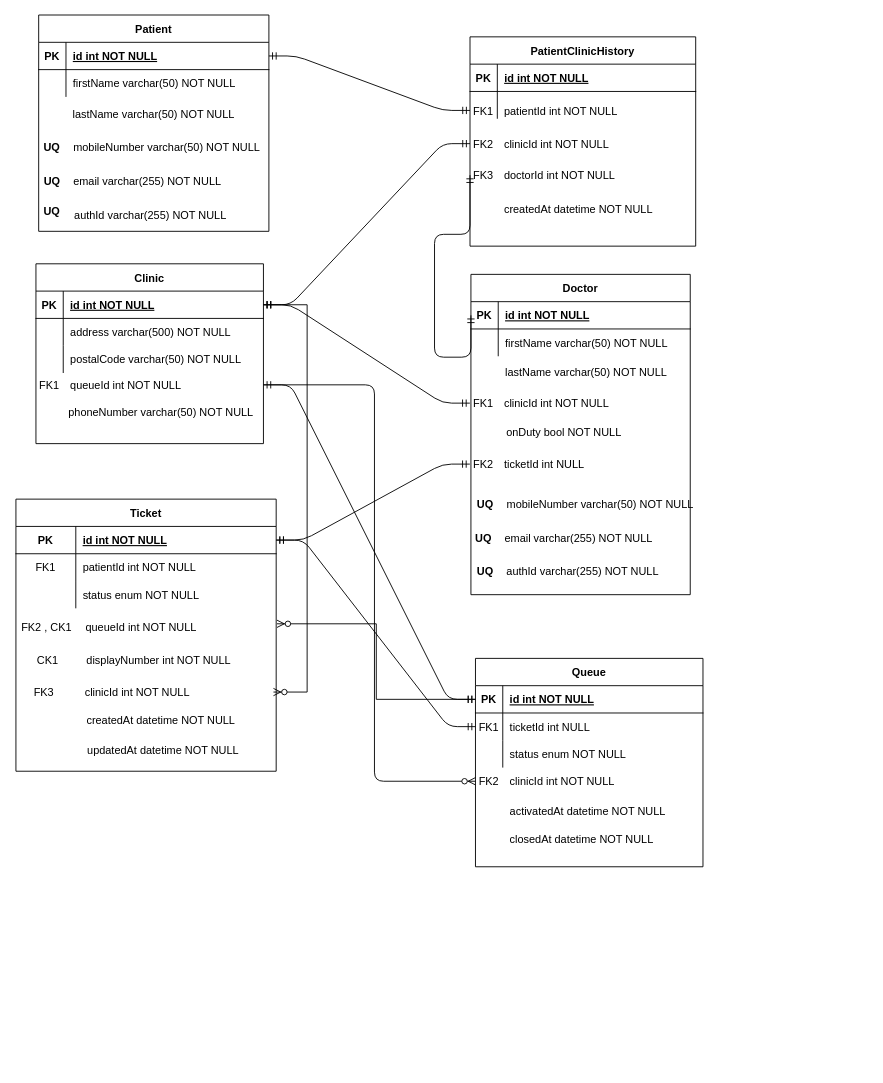
Before: models.drawio in weewey/telemed-backend, a draw.io diagram. Source tidied: cells renumbered, new cells numbered last; positions are measured from the earlier drawing's top-left corner, leaving out a move shared by most shapes. Both pictures are drawn from the tidied source at 91%, with x=0, y=0 at pixel (15, 15).
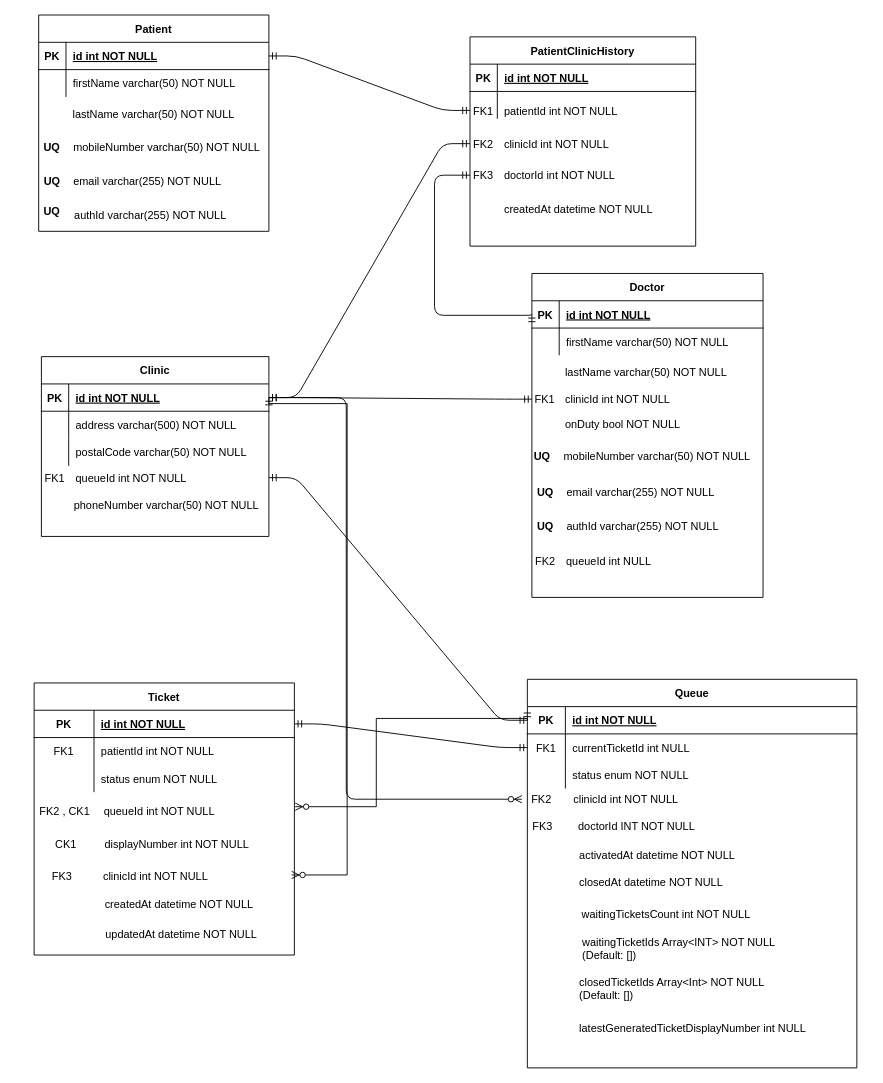
The same diagram, later.

Unchanged cells that the change refers to:
```xml
<mxCell id="32" style="shape=partialRectangle;fillColor=none;points=[[0,0.5],[1,0.5]];portConstraint=eastwest;top=0;left=0;right=0;bottom=1;" parent="31" vertex="1">
  <mxGeometry y="30" width="250" height="30" as="geometry" />
</mxCell>
<mxCell id="44" style="shape=partialRectangle;fillColor=none;points=[[0,0.5],[1,0.5]];portConstraint=eastwest;top=0;left=0;right=0;bottom=0;" parent="30" vertex="1">
  <mxGeometry x="2" y="117.4" width="250" height="31.2" as="geometry" />
</mxCell>
<mxCell id="62" style="shape=partialRectangle;fillColor=none;points=[[0,0.5],[1,0.5]];portConstraint=eastwest;top=0;left=0;right=0;bottom=0;" parent="48" vertex="1">
  <mxGeometry y="134" width="248" height="36" as="geometry" />
</mxCell>
<mxCell id="90" style="shape=partialRectangle;fillColor=none;points=[[0,0.5],[1,0.5]];portConstraint=eastwest;top=0;left=0;right=0;bottom=1;" parent="89" vertex="1">
  <mxGeometry y="30" width="286" height="30" as="geometry" />
</mxCell>
<mxCell id="102" style="shape=partialRectangle;fillColor=none;points=[[0,0.5],[1,0.5]];portConstraint=eastwest;top=0;left=0;right=0;bottom=0;" parent="88" vertex="1">
  <mxGeometry x="26.5" y="119" width="260.4" height="36" as="geometry" />
</mxCell>
<mxCell id="111" style="shape=partialRectangle;fillColor=none;points=[[0,0.5],[1,0.5]];portConstraint=eastwest;top=0;left=0;right=0;bottom=0;" parent="110" vertex="1">
  <mxGeometry width="277.7" height="30" as="geometry" />
</mxCell>
```

The edit, as a diff of the source:
```diff
@@
     <mxCell id="2" style="group;" parent="1" vertex="1">
-      <mxGeometry x="501" y="285" width="255" height="352" as="geometry" />
+      <mxGeometry x="568" y="284" width="255" height="417" as="geometry" />
     </mxCell>
     <mxCell id="3" value="Doctor" style="shape=table;startSize=30;childLayout=tableLayout;rowLines=0;fontStyle=1;align=center;" parent="2" vertex="1">
-      <mxGeometry width="241" height="352" as="geometry" />
+      <mxGeometry width="254" height="356" as="geometry" />
     </mxCell>
     <mxCell id="4" style="shape=partialRectangle;fillColor=none;points=[[0,0.5],[1,0.5]];portConstraint=eastwest;top=0;left=0;right=0;bottom=1;" parent="3" vertex="1">
-      <mxGeometry y="30" width="241" height="30" as="geometry" />
+      <mxGeometry y="30" width="254" height="30" as="geometry" />
     </mxCell>
@@
     <mxCell id="6" value="id int NOT NULL " style="shape=partialRectangle;overflow=hidden;fillColor=none;top=0;left=0;bottom=0;right=0;align=left;spacingLeft=6;fontStyle=5;" parent="4" vertex="1">
-      <mxGeometry x="30" width="211" height="30" as="geometry" />
+      <mxGeometry x="30" width="224" height="30" as="geometry" />
     </mxCell>
     <mxCell id="7" style="shape=partialRectangle;fillColor=none;top=0;left=0;right=0;bottom=0;" parent="3" vertex="1">
-      <mxGeometry y="60" width="241" height="30" as="geometry" />
+      <mxGeometry y="60" width="254" height="30" as="geometry" />
     </mxCell>
@@
     <mxCell id="9" value="firstName varchar(50) NOT NULL" style="shape=partialRectangle;overflow=hidden;fillColor=none;top=0;left=0;bottom=0;right=0;align=left;spacingLeft=6;" parent="7" vertex="1">
-      <mxGeometry x="30" width="211" height="30" as="geometry" />
+      <mxGeometry x="30" width="224" height="30" as="geometry" />
     </mxCell>
     <mxCell id="10" style="shape=partialRectangle;fillColor=none;top=0;left=0;right=0;bottom=0;" parent="2" vertex="1">
-      <mxGeometry y="188.1" width="250" height="50.8" as="geometry" />
+      <mxGeometry y="202.5" width="250" height="54.7" as="geometry" />
     </mxCell>
     <mxCell id="11" style="shape=partialRectangle;overflow=hidden;fillColor=none;top=0;left=0;bottom=0;right=0;" parent="10" vertex="1">
-      <mxGeometry width="30" height="50.8" as="geometry" />
+      <mxGeometry width="30" height="54.7" as="geometry" />
     </mxCell>
     <mxCell id="12" value="onDuty bool NOT NULL" style="shape=partialRectangle;overflow=hidden;fillColor=none;top=0;left=0;bottom=0;right=0;align=left;spacingLeft=6;" parent="2" vertex="1">
-      <mxGeometry x="31.2" y="156" width="220" height="35" as="geometry" />
+      <mxGeometry x="28.8" y="149" width="220" height="33" as="geometry" />
     </mxCell>
     <mxCell id="13" value="lastName varchar(50) NOT NULL" style="shape=partialRectangle;overflow=hidden;fillColor=none;top=0;left=0;bottom=0;right=0;align=left;spacingLeft=6;" parent="2" vertex="1">
-      <mxGeometry x="30" y="92" width="220" height="30" as="geometry" />
+      <mxGeometry x="28.8" y="92" width="210.2" height="32.3" as="geometry" />
     </mxCell>
+    <mxCell id="17" style="shape=partialRectangle;fillColor=none;points=[[0,0.5],[1,0.5]];portConstraint=eastwest;top=0;left=0;right=0;bottom=0;" parent="2" vertex="1">
+      <mxGeometry y="119.3" width="241" height="37.7" as="geometry" />
+    </mxCell>
+    <mxCell id="18" value="FK1" style="shape=partialRectangle;overflow=hidden;fillColor=none;top=0;left=0;bottom=0;right=0;" parent="17" vertex="1">
+      <mxGeometry width="28.9" height="37.7" as="geometry" />
+    </mxCell>
+    <mxCell id="19" value="clinicId int NOT NULL" style="shape=partialRectangle;overflow=hidden;fillColor=none;top=0;left=0;bottom=0;right=0;align=left;spacingLeft=6;" parent="17" vertex="1">
+      <mxGeometry x="28.9" width="212.1" height="37.7" as="geometry" />
+    </mxCell>
+    <mxCell id="23" style="group;" parent="2" vertex="1">
+      <mxGeometry x="-3.5" y="182" width="252.3" height="38" as="geometry" />
+    </mxCell>
+    <mxCell id="24" value="UQ" style="shape=partialRectangle;overflow=hidden;fillColor=none;top=0;left=0;bottom=0;right=0;fontStyle=1;" parent="23" vertex="1">
+      <mxGeometry y="3.7" width="30" height="30.5" as="geometry" />
+    </mxCell>
+    <mxCell id="25" value="mobileNumber varchar(50) NOT NULL" style="shape=partialRectangle;overflow=hidden;fillColor=none;top=0;left=0;bottom=0;right=0;align=left;spacingLeft=6;" parent="23" vertex="1">
+      <mxGeometry x="30.7" width="221.6" height="38" as="geometry" />
+    </mxCell>
     <mxCell id="14" style="group;" parent="2" vertex="1">
-      <mxGeometry x="-1" y="269" width="252" height="41.5" as="geometry" />
+      <mxGeometry y="220" width="252" height="40" as="geometry" />
     </mxCell>
     <mxCell id="15" value="UQ" style="shape=partialRectangle;overflow=hidden;fillColor=none;top=0;left=0;bottom=0;right=0;fontStyle=1;" parent="14" vertex="1">
-      <mxGeometry y="4.1" width="30" height="33.3" as="geometry" />
+      <mxGeometry y="3.9" width="30" height="32.1" as="geometry" />
     </mxCell>
     <mxCell id="16" value="email varchar(255) NOT NULL" style="shape=partialRectangle;overflow=hidden;fillColor=none;top=0;left=0;bottom=0;right=0;align=left;spacingLeft=6;" parent="14" vertex="1">
-      <mxGeometry x="30.4" width="221.6" height="41.5" as="geometry" />
+      <mxGeometry x="30.4" width="221.6" height="40" as="geometry" />
     </mxCell>
-    <mxCell id="17" style="shape=partialRectangle;fillColor=none;points=[[0,0.5],[1,0.5]];portConstraint=eastwest;top=0;left=0;right=0;bottom=0;" parent="2" vertex="1">
-      <mxGeometry x="-1.2" y="124" width="250" height="35" as="geometry" />
-    </mxCell>
-    <mxCell id="18" value="FK1" style="shape=partialRectangle;overflow=hidden;fillColor=none;top=0;left=0;bottom=0;right=0;" parent="17" vertex="1">
-      <mxGeometry width="30" height="35" as="geometry" />
-    </mxCell>
-    <mxCell id="19" value="clinicId int NOT NULL" style="shape=partialRectangle;overflow=hidden;fillColor=none;top=0;left=0;bottom=0;right=0;align=left;spacingLeft=6;" parent="17" vertex="1">
-      <mxGeometry x="30" width="220" height="35" as="geometry" />
-    </mxCell>
-    <mxCell id="20" style="shape=partialRectangle;fillColor=none;points=[[0,0.5],[1,0.5]];portConstraint=eastwest;top=0;left=0;right=0;bottom=0;" parent="2" vertex="1">
-      <mxGeometry x="-1.2" y="191" width="250" height="35" as="geometry" />
-    </mxCell>
-    <mxCell id="21" value="FK2" style="shape=partialRectangle;overflow=hidden;fillColor=none;top=0;left=0;bottom=0;right=0;" parent="20" vertex="1">
-      <mxGeometry width="30" height="35" as="geometry" />
-    </mxCell>
-    <mxCell id="22" value="ticketId int NULL" style="shape=partialRectangle;overflow=hidden;fillColor=none;top=0;left=0;bottom=0;right=0;align=left;spacingLeft=6;" parent="20" vertex="1">
-      <mxGeometry x="30" width="220" height="35" as="geometry" />
-    </mxCell>
-    <mxCell id="23" style="group;" parent="2" vertex="1">
-      <mxGeometry x="1" y="231" width="252.3" height="41.5" as="geometry" />
-    </mxCell>
-    <mxCell id="24" value="UQ" style="shape=partialRectangle;overflow=hidden;fillColor=none;top=0;left=0;bottom=0;right=0;fontStyle=1;" parent="23" vertex="1">
-      <mxGeometry y="4.1" width="30" height="33.3" as="geometry" />
-    </mxCell>
-    <mxCell id="25" value="mobileNumber varchar(50) NOT NULL" style="shape=partialRectangle;overflow=hidden;fillColor=none;top=0;left=0;bottom=0;right=0;align=left;spacingLeft=6;" parent="23" vertex="1">
-      <mxGeometry x="30.7" width="221.6" height="41.5" as="geometry" />
-    </mxCell>
     <mxCell id="26" style="group;" parent="2" vertex="1">
-      <mxGeometry x="1" y="305" width="252" height="41.5" as="geometry" />
+      <mxGeometry y="257.3" width="252" height="39.7" as="geometry" />
     </mxCell>
     <mxCell id="27" value="UQ" style="shape=partialRectangle;overflow=hidden;fillColor=none;top=0;left=0;bottom=0;right=0;fontStyle=1;" parent="26" vertex="1">
-      <mxGeometry y="4.1" width="30" height="33.3" as="geometry" />
+      <mxGeometry y="3.9" width="30" height="31.9" as="geometry" />
     </mxCell>
     <mxCell id="28" value="authId varchar(255) NOT NULL" style="shape=partialRectangle;overflow=hidden;fillColor=none;top=0;left=0;bottom=0;right=0;align=left;spacingLeft=6;" parent="26" vertex="1">
-      <mxGeometry x="30.4" width="221.6" height="41.5" as="geometry" />
+      <mxGeometry x="30.4" width="221.6" height="39.7" as="geometry" />
     </mxCell>
+    <mxCell id="140" style="shape=partialRectangle;fillColor=none;top=0;left=0;right=0;bottom=0;" parent="2" vertex="1">
+      <mxGeometry y="297" width="250" height="37.6" as="geometry" />
+    </mxCell>
+    <mxCell id="21" value="FK2" style="shape=partialRectangle;overflow=hidden;fillColor=none;top=0;left=0;bottom=0;right=0;" parent="140" vertex="1">
+      <mxGeometry width="30" height="37.6" as="geometry" />
+    </mxCell>
+    <mxCell id="141" value="queueId int NULL" style="shape=partialRectangle;overflow=hidden;fillColor=none;top=0;left=0;bottom=0;right=0;align=left;spacingLeft=6;" parent="140" vertex="1">
+      <mxGeometry x="30" width="220" height="37.6" as="geometry" />
+    </mxCell>
     <mxCell id="29" style="group;" parent="1" vertex="1">
-      <mxGeometry x="22" y="300" width="251" height="171" as="geometry" />
+      <mxGeometry x="28" y="402" width="251" height="171" as="geometry" />
     </mxCell>
@@
     <mxCell id="68" style="group;" parent="1" vertex="1">
-      <mxGeometry x="506" y="707" width="251.7" height="229" as="geometry" />
+      <mxGeometry x="563" y="730" width="374" height="427" as="geometry" />
     </mxCell>
     <mxCell id="69" value="Queue" style="shape=table;startSize=30;childLayout=tableLayout;rowLines=0;fontStyle=1;align=center;" parent="68" vertex="1">
-      <mxGeometry width="250" height="229" as="geometry" />
+      <mxGeometry width="362.1" height="427" as="geometry" />
     </mxCell>
     <mxCell id="70" style="shape=partialRectangle;fillColor=none;points=[[0,0.5],[1,0.5]];portConstraint=eastwest;top=0;left=0;right=0;bottom=1;" parent="69" vertex="1">
-      <mxGeometry y="30" width="250" height="30" as="geometry" />
+      <mxGeometry y="30" width="362.1" height="30" as="geometry" />
     </mxCell>
     <mxCell id="71" value="PK" style="shape=partialRectangle;overflow=hidden;fillColor=none;top=0;left=0;bottom=0;right=0;fontStyle=1;" parent="70" vertex="1">
-      <mxGeometry width="30" height="30" as="geometry" />
+      <mxGeometry width="41.8" height="30" as="geometry" />
     </mxCell>
     <mxCell id="72" value="id int NOT NULL " style="shape=partialRectangle;overflow=hidden;fillColor=none;top=0;left=0;bottom=0;right=0;align=left;spacingLeft=6;fontStyle=5;" parent="70" vertex="1">
-      <mxGeometry x="30" width="220" height="30" as="geometry" />
+      <mxGeometry x="41.8" width="320.4" height="30" as="geometry" />
     </mxCell>
     <mxCell id="73" style="shape=partialRectangle;fillColor=none;points=[[0,0.5],[1,0.5]];portConstraint=eastwest;top=0;left=0;right=0;bottom=0;" parent="69" vertex="1">
-      <mxGeometry y="60" width="250" height="30" as="geometry" />
+      <mxGeometry y="60" width="362.1" height="30" as="geometry" />
     </mxCell>
     <mxCell id="74" value="FK1" style="shape=partialRectangle;overflow=hidden;fillColor=none;top=0;left=0;bottom=0;right=0;" parent="73" vertex="1">
-      <mxGeometry width="30" height="30" as="geometry" />
+      <mxGeometry width="41.8" height="30" as="geometry" />
     </mxCell>
-    <mxCell id="75" value="ticketId int NULL" style="shape=partialRectangle;overflow=hidden;fillColor=none;top=0;left=0;bottom=0;right=0;align=left;spacingLeft=6;" parent="73" vertex="1">
-      <mxGeometry x="30" width="220" height="30" as="geometry" />
+    <mxCell id="75" value="currentTicketId int NULL" style="shape=partialRectangle;overflow=hidden;fillColor=none;top=0;left=0;bottom=0;right=0;align=left;spacingLeft=6;" parent="73" vertex="1">
+      <mxGeometry x="41.8" width="320.4" height="30" as="geometry" />
     </mxCell>
     <mxCell id="76" style="shape=partialRectangle;fillColor=none;top=0;left=0;right=0;bottom=0;" parent="69" vertex="1">
-      <mxGeometry y="90" width="250" height="30" as="geometry" />
+      <mxGeometry y="90" width="362.1" height="30" as="geometry" />
     </mxCell>
     <mxCell id="77" style="shape=partialRectangle;overflow=hidden;fillColor=none;top=0;left=0;bottom=0;right=0;" parent="76" vertex="1">
-      <mxGeometry width="30" height="30" as="geometry" />
+      <mxGeometry width="41.8" height="30" as="geometry" />
     </mxCell>
     <mxCell id="78" value="status enum NOT NULL" style="shape=partialRectangle;overflow=hidden;fillColor=none;top=0;left=0;bottom=0;right=0;align=left;spacingLeft=6;" parent="76" vertex="1">
-      <mxGeometry x="30" width="220" height="30" as="geometry" />
+      <mxGeometry x="41.8" width="320.4" height="30" as="geometry" />
     </mxCell>
+    <mxCell id="142" style="shape=partialRectangle;fillColor=none;top=0;left=0;right=0;bottom=0;" parent="68" vertex="1">
+      <mxGeometry x="11.9" y="194.2" width="362.1" height="44.8" as="geometry" />
+    </mxCell>
+    <mxCell id="143" style="group;" parent="68" vertex="1">
+      <mxGeometry x="-6" y="107" width="376.6" height="49.5" as="geometry" />
+    </mxCell>
-    <mxCell id="79" style="shape=partialRectangle;fillColor=none;points=[[0,0.5],[1,0.5]];portConstraint=eastwest;top=0;left=0;right=0;bottom=0;" parent="68" vertex="1">
-      <mxGeometry y="120" width="250" height="30" as="geometry" />
+    <mxCell id="79" style="shape=partialRectangle;fillColor=none;points=[[0,0.5],[1,0.5]];portConstraint=eastwest;top=0;left=0;right=0;bottom=0;" parent="143" vertex="1">
+      <mxGeometry width="362.1" height="49.5" as="geometry" />
     </mxCell>
     <mxCell id="80" value="FK2" style="shape=partialRectangle;overflow=hidden;fillColor=none;top=0;left=0;bottom=0;right=0;" parent="79" vertex="1">
-      <mxGeometry width="30" height="30" as="geometry" />
+      <mxGeometry width="43.5" height="49.5" as="geometry" />
     </mxCell>
-    <mxCell id="81" value="clinicId int NOT NULL" style="shape=partialRectangle;overflow=hidden;fillColor=none;top=0;left=0;bottom=0;right=0;align=left;spacingLeft=6;" parent="79" vertex="1">
-      <mxGeometry x="30" width="220" height="30" as="geometry" />
+    <mxCell id="81" value="clinicId int NOT NULL" style="shape=partialRectangle;overflow=hidden;fillColor=none;top=0;left=0;bottom=0;right=0;align=left;spacingLeft=6;" parent="143" vertex="1">
+      <mxGeometry x="49" width="318.7" height="49.5" as="geometry" />
     </mxCell>
+    <mxCell id="144" style="group;" parent="68" vertex="1">
+      <mxGeometry x="-3" y="139" width="361.7" height="44.8" as="geometry" />
+    </mxCell>
+    <mxCell id="145" value="doctorId INT NOT NULL" style="shape=partialRectangle;overflow=hidden;fillColor=none;top=0;left=0;bottom=0;right=0;align=left;spacingLeft=6;" parent="144" vertex="1">
+      <mxGeometry x="51.2" width="310.5" height="44.8" as="geometry" />
+    </mxCell>
+    <mxCell id="146" value="FK3" style="shape=partialRectangle;overflow=hidden;fillColor=none;top=0;left=0;bottom=0;right=0;" parent="144" vertex="1">
+      <mxGeometry width="39.8" height="44.8" as="geometry" />
+    </mxCell>
     <mxCell id="82" style="shape=partialRectangle;fillColor=none;top=0;left=0;right=0;bottom=0;" parent="68" vertex="1">
-      <mxGeometry y="153" width="250" height="30" as="geometry" />
+      <mxGeometry x="5.9" y="173" width="362.1" height="40" as="geometry" />
     </mxCell>
     <mxCell id="83" style="shape=partialRectangle;overflow=hidden;fillColor=none;top=0;left=0;bottom=0;right=0;" parent="82" vertex="1">
-      <mxGeometry width="30" height="30" as="geometry" />
+      <mxGeometry width="43.5" height="40" as="geometry" />
     </mxCell>
     <mxCell id="84" value="activatedAt datetime NOT NULL" style="shape=partialRectangle;overflow=hidden;fillColor=none;top=0;left=0;bottom=0;right=0;align=left;spacingLeft=6;" parent="82" vertex="1">
-      <mxGeometry x="30" width="220" height="30" as="geometry" />
+      <mxGeometry x="43.5" width="318.7" height="40" as="geometry" />
     </mxCell>
     <mxCell id="85" style="shape=partialRectangle;fillColor=none;top=0;left=0;right=0;bottom=0;" parent="68" vertex="1">
-      <mxGeometry y="183" width="250" height="30" as="geometry" />
+      <mxGeometry x="5.9" y="201" width="362.1" height="43.6" as="geometry" />
     </mxCell>
     <mxCell id="86" style="shape=partialRectangle;overflow=hidden;fillColor=none;top=0;left=0;bottom=0;right=0;" parent="85" vertex="1">
-      <mxGeometry width="30" height="30" as="geometry" />
+      <mxGeometry width="43.5" height="43.6" as="geometry" />
     </mxCell>
     <mxCell id="87" value="closedAt datetime NOT NULL" style="shape=partialRectangle;overflow=hidden;fillColor=none;top=0;left=0;bottom=0;right=0;align=left;spacingLeft=6;" parent="85" vertex="1">
-      <mxGeometry x="30" width="220" height="30" as="geometry" />
+      <mxGeometry x="43.5" width="318.7" height="43.6" as="geometry" />
     </mxCell>
+    <mxCell id="147" style="shape=partialRectangle;fillColor=none;top=0;left=0;right=0;bottom=0;" parent="68" vertex="1">
+      <mxGeometry x="8.5" y="236" width="362.1" height="43.6" as="geometry" />
+    </mxCell>
+    <mxCell id="148" style="shape=partialRectangle;overflow=hidden;fillColor=none;top=0;left=0;bottom=0;right=0;" parent="147" vertex="1">
+      <mxGeometry width="43.5" height="43.6" as="geometry" />
+    </mxCell>
+    <mxCell id="149" value="waitingTicketsCount int NOT NULL" style="shape=partialRectangle;overflow=hidden;fillColor=none;top=0;left=0;bottom=0;right=0;align=left;spacingLeft=6;" parent="147" vertex="1">
+      <mxGeometry x="43.5" width="318.7" height="43.6" as="geometry" />
+    </mxCell>
+    <mxCell id="150" style="shape=partialRectangle;fillColor=none;top=0;left=0;right=0;bottom=0;" parent="68" vertex="1">
+      <mxGeometry x="9.2" y="274" width="362.1" height="43.6" as="geometry" />
+    </mxCell>
+    <mxCell id="151" style="shape=partialRectangle;overflow=hidden;fillColor=none;top=0;left=0;bottom=0;right=0;" parent="150" vertex="1">
+      <mxGeometry width="43.5" height="43.6" as="geometry" />
+    </mxCell>
+    <mxCell id="152" value="waitingTicketIds Array&lt;INT&gt; NOT NULL&#10;(Default: [])" style="shape=partialRectangle;overflow=hidden;fillColor=none;top=0;left=0;bottom=0;right=0;align=left;spacingLeft=6;" parent="150" vertex="1">
+      <mxGeometry x="43.5" width="318.7" height="43.6" as="geometry" />
+    </mxCell>
+    <mxCell id="153" style="shape=partialRectangle;fillColor=none;top=0;left=0;right=0;bottom=0;" parent="68" vertex="1">
+      <mxGeometry x="5.9" y="317.6" width="362.1" height="43.6" as="geometry" />
+    </mxCell>
+    <mxCell id="154" style="shape=partialRectangle;overflow=hidden;fillColor=none;top=0;left=0;bottom=0;right=0;" parent="153" vertex="1">
+      <mxGeometry width="43.5" height="43.6" as="geometry" />
+    </mxCell>
+    <mxCell id="155" value="closedTicketIds Array&lt;Int&gt; NOT NULL&#10;(Default: [])" style="shape=partialRectangle;overflow=hidden;fillColor=none;top=0;left=0;bottom=0;right=0;align=left;spacingLeft=6;" parent="153" vertex="1">
+      <mxGeometry x="43.5" width="318.7" height="43.6" as="geometry" />
+    </mxCell>
+    <mxCell id="156" style="shape=partialRectangle;fillColor=none;top=0;left=0;right=0;bottom=0;" parent="68" vertex="1">
+      <mxGeometry x="5.9" y="361.1" width="362.1" height="43.6" as="geometry" />
+    </mxCell>
+    <mxCell id="157" style="shape=partialRectangle;overflow=hidden;fillColor=none;top=0;left=0;bottom=0;right=0;" parent="156" vertex="1">
+      <mxGeometry width="43.5" height="43.6" as="geometry" />
+    </mxCell>
+    <mxCell id="158" value="latestGeneratedTicketDisplayNumber int NULL" style="shape=partialRectangle;overflow=hidden;fillColor=none;top=0;left=0;bottom=0;right=0;align=left;spacingLeft=6;" parent="156" vertex="1">
+      <mxGeometry x="43.5" width="318.7" height="43.6" as="geometry" />
+    </mxCell>
     <mxCell id="88" style="group;" parent="1" vertex="1">
-      <mxGeometry x="1" y="532" width="410" height="537.8" as="geometry" />
+      <mxGeometry x="21" y="734" width="410" height="537.8" as="geometry" />
     </mxCell>
@@
     <mxCell id="133" style="fontSize=12;html=1;endArrow=ERmandOne;startArrow=ERmandOne;exitX=0;exitY=0.5;exitDx=0;exitDy=0;edgeStyle=orthogonalEdgeStyle;elbow=vertical;entryX=0;entryY=0.5;entryDx=0;entryDy=0;" parent="1" edge="1" source="4" target="62">
       <mxGeometry relative="1" as="geometry">
         <Array as="points">
-          <mxPoint x="461" y="376" />
-          <mxPoint x="461" y="241" />
+          <mxPoint x="461" y="330" />
+          <mxPoint x="461" y="176" />
         </Array>
       </mxGeometry>
     </mxCell>
-    <mxCell id="134" style="edgeStyle=entityRelationEdgeStyle;fontSize=12;html=1;endArrow=ERmandOne;startArrow=ERmandOne;exitX=1;exitY=0.5;exitDx=0;exitDy=0;entryX=0;entryY=0.5;entryDx=0;entryDy=0;" parent="1" edge="1" source="90" target="20">
-      <mxGeometry relative="1" as="geometry" />
-    </mxCell>
-    <mxCell id="135" style="edgeStyle=elbowEdgeStyle;fontSize=12;html=1;endArrow=ERzeroToMany;endFill=1;entryX=0;entryY=0.5;entryDx=0;entryDy=0;" parent="1" edge="1" source="44" target="79">
+    <mxCell id="135" style="edgeStyle=elbowEdgeStyle;fontSize=12;html=1;endArrow=ERzeroToMany;endFill=1;entryX=0;entryY=0.5;entryDx=0;entryDy=0;exitX=1;exitY=0.5;exitDx=0;exitDy=0;" parent="1" edge="1" source="32" target="79">
       <mxGeometry relative="1" as="geometry">
         <Array as="points">
+          <mxPoint x="364" y="593" />
+          <mxPoint x="342" y="406" />
           <mxPoint x="395" y="641" />
         </Array>
       </mxGeometry>
     </mxCell>
@@
     <mxCell id="138" style="edgeStyle=orthogonalEdgeStyle;rounded=0;jettySize=auto;html=1;entryX=0;entryY=0.5;entryDx=0;entryDy=0;endArrow=ERmandOne;endFill=0;startArrow=ERzeroToMany;startFill=1;" parent="1" edge="1" source="102" target="70">
       <mxGeometry relative="1" as="geometry">
         <Array as="points">
-          <mxPoint x="397" y="669" />
-          <mxPoint x="397" y="752" />
+          <mxPoint x="397" y="870" />
+          <mxPoint x="397" y="773" />
+          <mxPoint x="563" y="773" />
         </Array>
       </mxGeometry>
     </mxCell>
     <mxCell id="139" style="edgeStyle=orthogonalEdgeStyle;rounded=0;jettySize=auto;html=1;entryX=1;entryY=0.5;entryDx=0;entryDy=0;startArrow=ERzeroToMany;startFill=1;endArrow=ERmandOne;endFill=0;" parent="1" edge="1" source="111" target="32">
       <mxGeometry relative="1" as="geometry">
         <Array as="points">
-          <mxPoint x="321" y="744" />
-          <mxPoint x="321" y="318" />
+          <mxPoint x="365" y="945" />
+          <mxPoint x="365" y="427" />
         </Array>
       </mxGeometry>
     </mxCell>
```
